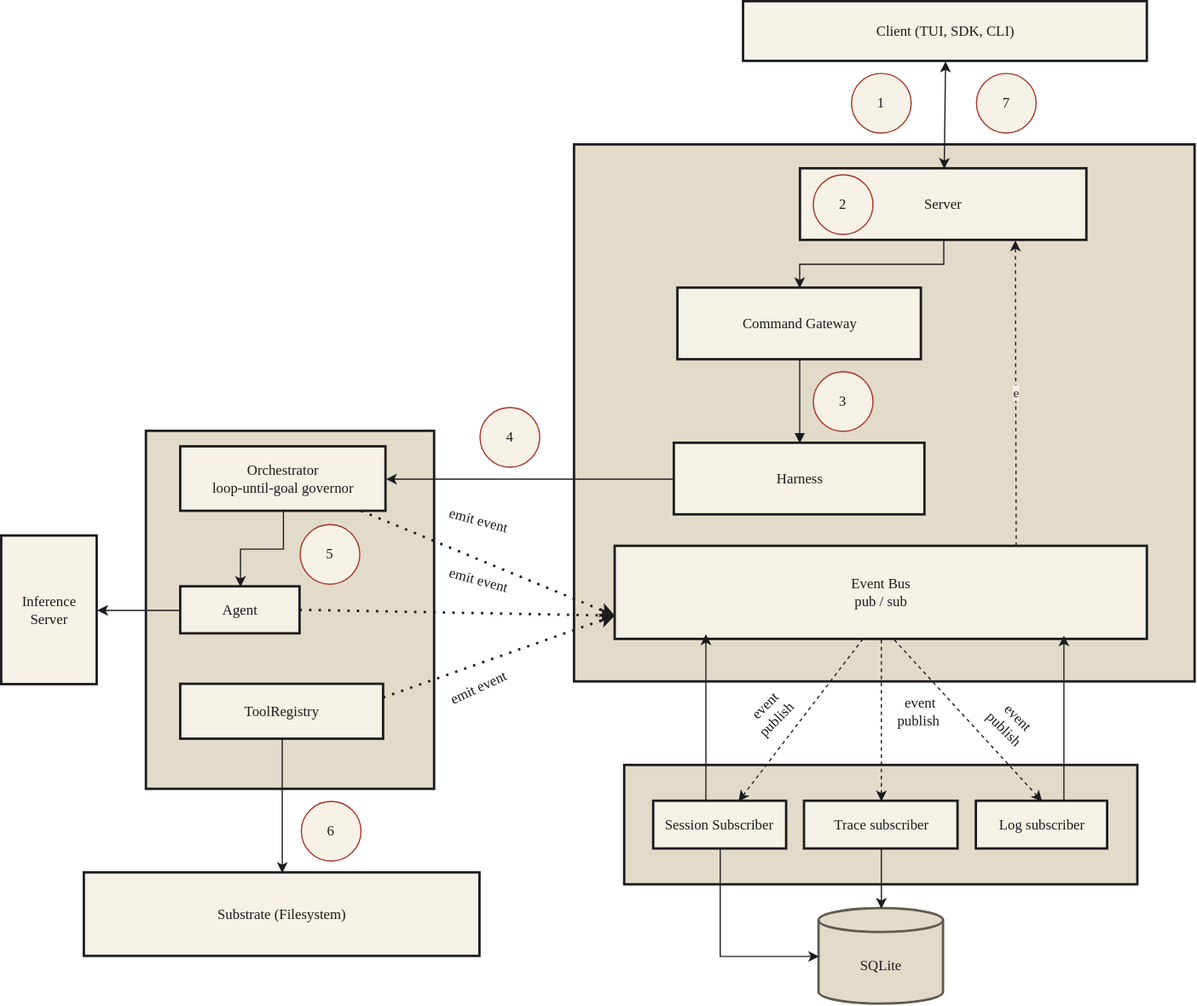
This is public/projects/nova/arch.svg from nishiokj/nishiokj.github.io, a draw.io export, as it was before one commit. Source tidied: cells renumbered, new cells last; positions are measured from the earlier drawing's top-left corner, leaving out a move shared by most shapes.
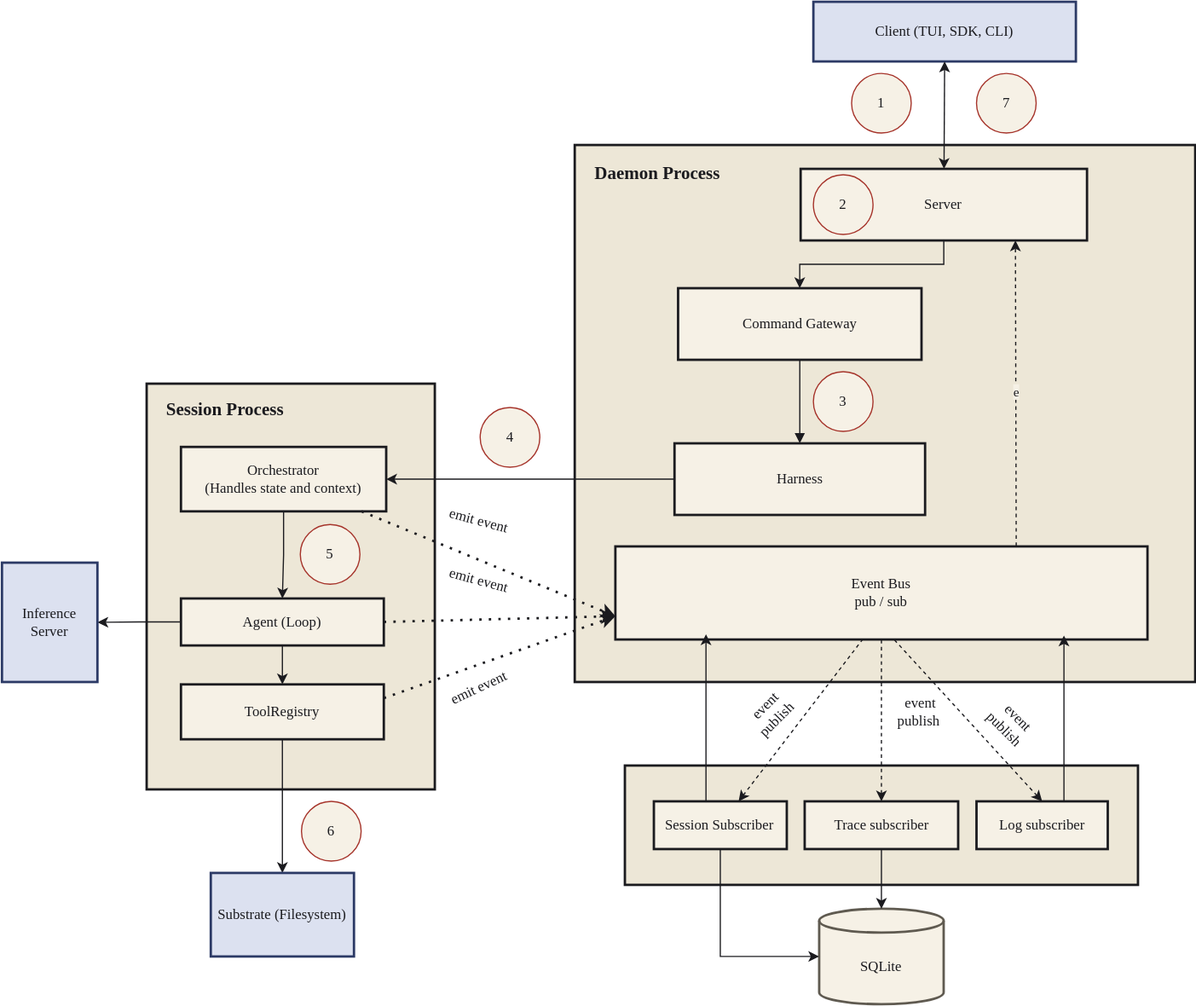
After the change.

Change to the diagram source:
```diff
@@ -2,64 +2,67 @@
   <root>
     <mxCell id="0" />
     <mxCell id="1" parent="0" />
-    <mxCell id="2" style="whiteSpace=wrap;strokeWidth=2;fillColor=#E3DBC9;strokeColor=#5F5A50;fontColor=#1B1B1F;" parent="1" vertex="1">
-      <mxGeometry x="121.2" y="360" width="241.5" height="300" as="geometry" />
+    <mxCell id="2" style="whiteSpace=wrap;strokeWidth=2;fillColor=#F6F1E6;strokeColor=#5F5A50;fontColor=#1B1B1F;" parent="1" vertex="1">
+      <mxGeometry x="121.2" y="320" width="241.5" height="340" as="geometry" />
     </mxCell>
-    <mxCell id="3" style="whiteSpace=wrap;strokeWidth=2;fillColor=#E3DBC9;strokeColor=#5F5A50;fontColor=#1B1B1F;" parent="1" vertex="1">
+    <mxCell id="3" style="whiteSpace=wrap;strokeWidth=2;fillColor=#F6F1E6;strokeColor=#5F5A50;fontColor=#1B1B1F;" parent="1" vertex="1">
       <mxGeometry x="480" y="120" width="520" height="450" as="geometry" />
     </mxCell>
-    <mxCell id="4" style="whiteSpace=wrap;strokeWidth=2;fillColor=#E3DBC9;strokeColor=#5F5A50;fontColor=#1B1B1F;" parent="1" vertex="1">
+    <mxCell id="4" style="whiteSpace=wrap;strokeWidth=2;fillColor=#F6F1E6;strokeColor=#5F5A50;fontColor=#1B1B1F;" parent="1" vertex="1">
       <mxGeometry x="522" y="640" width="430" height="100" as="geometry" />
     </mxCell>
-    <mxCell id="5" value="Client (TUI, SDK, CLI)" style="whiteSpace=wrap;strokeWidth=2;fillColor=#E3DBC9;strokeColor=#5F5A50;fontColor=#1B1B1F;" parent="1" vertex="1">
-      <mxGeometry x="621.6" width="338.4" height="50" as="geometry" />
+    <mxCell id="5" value="Client (TUI, SDK, CLI)" style="whiteSpace=wrap;strokeWidth=2;fillColor=#F6F1E6;strokeColor=#5F5A50;fontColor=#1B1B1F;" parent="1" vertex="1">
+      <mxGeometry x="680" width="220" height="50" as="geometry" />
     </mxCell>
     <mxCell id="6" style="edgeStyle=orthogonalEdgeStyle;rounded=0;jettySize=auto;html=1;" parent="1" edge="1" source="7" target="8">
       <mxGeometry relative="1" as="geometry" />
     </mxCell>
-    <mxCell id="7" value="Server" style="whiteSpace=wrap;strokeWidth=2;fillColor=#E3DBC9;strokeColor=#5F5A50;fontColor=#1B1B1F;" parent="1" vertex="1">
+    <mxCell id="7" value="Server" style="whiteSpace=wrap;strokeWidth=2;fillColor=#F6F1E6;strokeColor=#5F5A50;fontColor=#1B1B1F;" parent="1" vertex="1">
       <mxGeometry x="669.3" y="140" width="240" height="60" as="geometry" />
     </mxCell>
-    <mxCell id="8" value="Command Gateway" style="whiteSpace=wrap;strokeWidth=2;fillColor=#E3DBC9;strokeColor=#5F5A50;fontColor=#1B1B1F;" parent="1" vertex="1">
+    <mxCell id="8" value="Command Gateway" style="whiteSpace=wrap;strokeWidth=2;fillColor=#F6F1E6;strokeColor=#5F5A50;fontColor=#1B1B1F;" parent="1" vertex="1">
       <mxGeometry x="566.6" y="240" width="204" height="60" as="geometry" />
     </mxCell>
     <mxCell id="9" style="edgeStyle=orthogonalEdgeStyle;rounded=0;jettySize=auto;html=1;" parent="1" edge="1" source="10" target="16">
       <mxGeometry relative="1" as="geometry" />
     </mxCell>
-    <mxCell id="10" value="Harness" style="whiteSpace=wrap;strokeWidth=2;fillColor=#E3DBC9;strokeColor=#5F5A50;fontColor=#1B1B1F;" parent="1" vertex="1">
+    <mxCell id="10" value="Harness" style="whiteSpace=wrap;strokeWidth=2;fillColor=#F6F1E6;strokeColor=#5F5A50;fontColor=#1B1B1F;" parent="1" vertex="1">
       <mxGeometry x="563.6" y="370" width="210" height="60" as="geometry" />
     </mxCell>
-    <mxCell id="11" value="Event Bus&#10;pub / sub" style="whiteSpace=wrap;strokeWidth=2;fillColor=#E3DBC9;strokeColor=#5F5A50;fontColor=#1B1B1F;" parent="1" vertex="1">
+    <mxCell id="11" value="Event Bus&#10;pub / sub" style="whiteSpace=wrap;strokeWidth=2;fillColor=#F6F1E6;strokeColor=#5F5A50;fontColor=#1B1B1F;" parent="1" vertex="1">
       <mxGeometry x="514.1" y="456.4" width="445.9" height="78" as="geometry" />
     </mxCell>
-    <mxCell id="12" value="Session Subscriber" style="whiteSpace=wrap;strokeWidth=2;fillColor=#E3DBC9;strokeColor=#5F5A50;fontColor=#1B1B1F;" parent="1" vertex="1">
+    <mxCell id="12" value="Session Subscriber" style="whiteSpace=wrap;strokeWidth=2;fillColor=#F6F1E6;strokeColor=#5F5A50;fontColor=#1B1B1F;" parent="1" vertex="1">
       <mxGeometry x="546.3" y="670" width="111.4" height="40" as="geometry" />
     </mxCell>
-    <mxCell id="13" value="Trace subscriber" style="whiteSpace=wrap;strokeWidth=2;fillColor=#E3DBC9;strokeColor=#5F5A50;fontColor=#1B1B1F;" parent="1" vertex="1">
+    <mxCell id="13" value="Trace subscriber" style="whiteSpace=wrap;strokeWidth=2;fillColor=#F6F1E6;strokeColor=#5F5A50;fontColor=#1B1B1F;" parent="1" vertex="1">
       <mxGeometry x="672.7" y="670" width="128.6" height="40" as="geometry" />
     </mxCell>
-    <mxCell id="14" value="Log subscriber" style="whiteSpace=wrap;strokeWidth=2;fillColor=#E3DBC9;strokeColor=#5F5A50;fontColor=#1B1B1F;" parent="1" vertex="1">
+    <mxCell id="14" value="Log subscriber" style="whiteSpace=wrap;strokeWidth=2;fillColor=#F6F1E6;strokeColor=#5F5A50;fontColor=#1B1B1F;" parent="1" vertex="1">
       <mxGeometry x="816.7" y="670" width="110" height="40" as="geometry" />
     </mxCell>
     <mxCell id="15" style="edgeStyle=orthogonalEdgeStyle;rounded=0;jettySize=auto;html=1;" parent="1" edge="1" source="16" target="18">
       <mxGeometry relative="1" as="geometry" />
     </mxCell>
-    <mxCell id="16" value="Orchestrator&#10;loop-until-goal governor" style="whiteSpace=wrap;strokeWidth=2;fillColor=#E3DBC9;strokeColor=#5F5A50;fontColor=#1B1B1F;" parent="1" vertex="1">
+    <mxCell id="16" value="Orchestrator&#10;(Handles state and context)" style="whiteSpace=wrap;strokeWidth=2;fillColor=#F6F1E6;strokeColor=#5F5A50;fontColor=#1B1B1F;" parent="1" vertex="1">
       <mxGeometry x="150" y="373" width="172" height="54" as="geometry" />
     </mxCell>
     <mxCell id="17" style="edgeStyle=orthogonalEdgeStyle;rounded=0;jettySize=auto;html=1;" parent="1" edge="1" source="18" target="31">
       <mxGeometry relative="1" as="geometry" />
     </mxCell>
+    <mxCell id="50" style="edgeStyle=orthogonalEdgeStyle;rounded=0;jettySize=auto;html=1;entryX=0.5;entryY=0;entryDx=0;entryDy=0;" parent="1" edge="1" source="18" target="20">
+      <mxGeometry relative="1" as="geometry" />
+    </mxCell>
-    <mxCell id="18" value="Agent" style="whiteSpace=wrap;strokeWidth=2;fillColor=#E3DBC9;strokeColor=#5F5A50;fontColor=#1B1B1F;" parent="1" vertex="1">
-      <mxGeometry x="150" y="490.3" width="100" height="39.4" as="geometry" />
+    <mxCell id="18" value="Agent (Loop)" style="whiteSpace=wrap;strokeWidth=2;fillColor=#F6F1E6;strokeColor=#5F5A50;fontColor=#1B1B1F;" parent="1" vertex="1">
+      <mxGeometry x="150" y="500" width="170" height="39.4" as="geometry" />
     </mxCell>
     <mxCell id="19" style="edgeStyle=orthogonalEdgeStyle;rounded=0;jettySize=auto;html=1;" parent="1" edge="1" source="20" target="30">
       <mxGeometry relative="1" as="geometry" />
     </mxCell>
-    <mxCell id="20" value="ToolRegistry" style="whiteSpace=wrap;strokeWidth=2;fillColor=#E3DBC9;strokeColor=#5F5A50;fontColor=#1B1B1F;" parent="1" vertex="1">
+    <mxCell id="20" value="ToolRegistry" style="whiteSpace=wrap;strokeWidth=2;fillColor=#F6F1E6;strokeColor=#5F5A50;fontColor=#1B1B1F;" parent="1" vertex="1">
       <mxGeometry x="150" y="572" width="170" height="46" as="geometry" />
     </mxCell>
-    <mxCell id="21" value="SQLite" style="shape=cylinder3;boundedLbl=1;backgroundOutline=1;size=10;strokeWidth=2;whiteSpace=wrap;fillColor=#E3DBC9;strokeColor=#5F5A50;fontColor=#1B1B1F;" parent="1" vertex="1">
+    <mxCell id="21" value="SQLite" style="shape=cylinder3;boundedLbl=1;backgroundOutline=1;size=10;strokeWidth=2;whiteSpace=wrap;fillColor=#F6F1E6;strokeColor=#5F5A50;fontColor=#1B1B1F;" parent="1" vertex="1">
       <mxGeometry x="684.9" y="760" width="104.3" height="80" as="geometry" />
     </mxCell>
     <mxCell id="22" style="curved=1;startArrow=none;endArrow=block;exitX=0.5;exitY=1;entryX=0.5;entryY=0;rounded=0;" parent="1" edge="1" source="8" target="10">
@@ -92,11 +95,11 @@
     <mxCell id="29" style="endArrow=classic;dashed=1;html=1;dashPattern=1 3;strokeWidth=2;rounded=0;entryX=0;entryY=0.75;entryDx=0;entryDy=0;endFill=1;" parent="1" edge="1" source="16" target="11">
       <mxGeometry relative="1" as="geometry" />
     </mxCell>
-    <mxCell id="30" value="Substrate (Filesystem)" style="whiteSpace=wrap;strokeWidth=2;fillColor=#E3DBC9;strokeColor=#5F5A50;fontColor=#1B1B1F;" parent="1" vertex="1">
-      <mxGeometry x="69.2" y="730" width="331.5" height="70" as="geometry" />
+    <mxCell id="30" value="Substrate (Filesystem)" style="whiteSpace=wrap;strokeWidth=2;fillColor=#F6F1E6;strokeColor=#5F5A50;fontColor=#1B1B1F;" parent="1" vertex="1">
+      <mxGeometry x="175" y="730" width="120" height="70" as="geometry" />
     </mxCell>
-    <mxCell id="31" value="Inference Server" style="whiteSpace=wrap;strokeWidth=2;fillColor=#E3DBC9;strokeColor=#5F5A50;fontColor=#1B1B1F;" parent="1" vertex="1">
-      <mxGeometry y="447.7" width="80" height="124.5" as="geometry" />
+    <mxCell id="31" value="Inference Server" style="whiteSpace=wrap;strokeWidth=2;fillColor=#F6F1E6;strokeColor=#5F5A50;fontColor=#1B1B1F;" parent="1" vertex="1">
+      <mxGeometry y="470" width="80" height="100" as="geometry" />
     </mxCell>
     <mxCell id="32" value="emit event" style="text;html=1;whiteSpace=wrap;strokeColor=none;fillColor=none;align=center;verticalAlign=middle;rounded=0;rotation=15;" parent="1" vertex="1">
       <mxGeometry x="370" y="470" width="60" height="30" as="geometry" />
```
